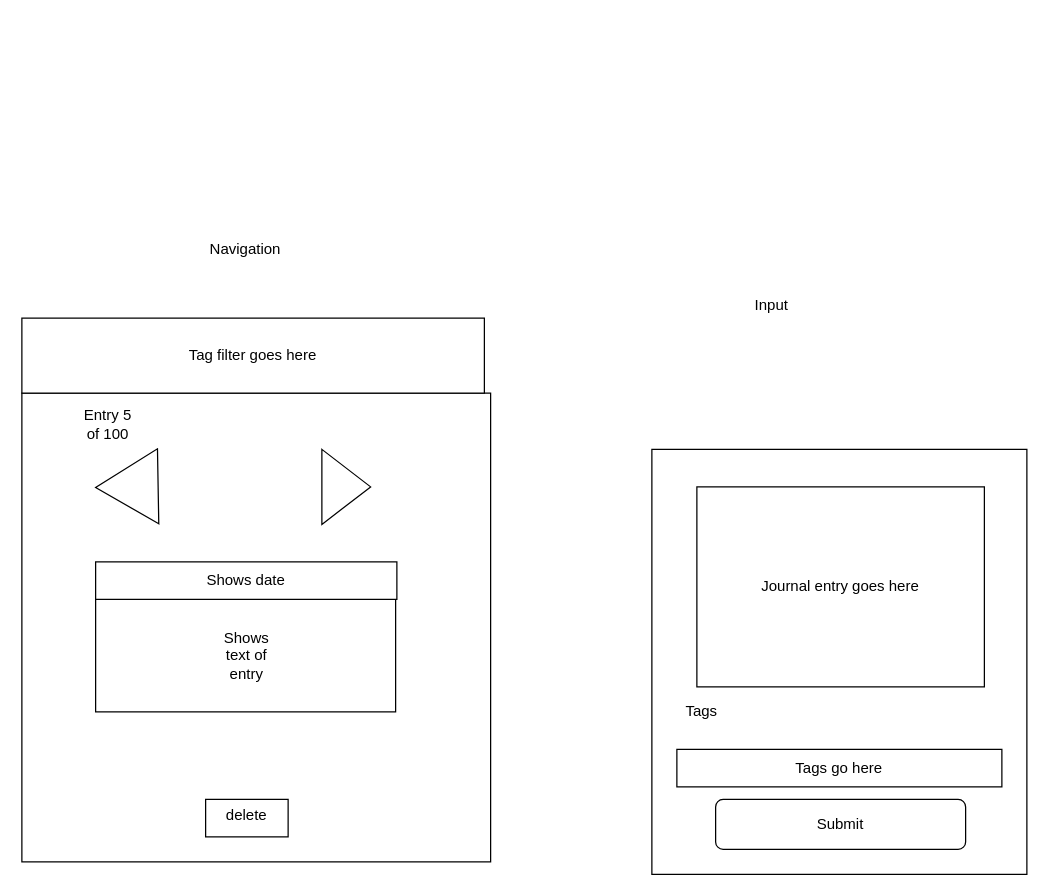
Earlier version of the draw.io diagram Plan.drawio (steen4reals/SOC-hackathon-week5). Source tidied: cells renumbered, new cells numbered last; positions are measured from the earlier drawing's top-left corner, leaving out a move shared by most shapes. Both pictures are drawn from the tidied source at 125%, with x=0, y=0 at pixel (21, 236).
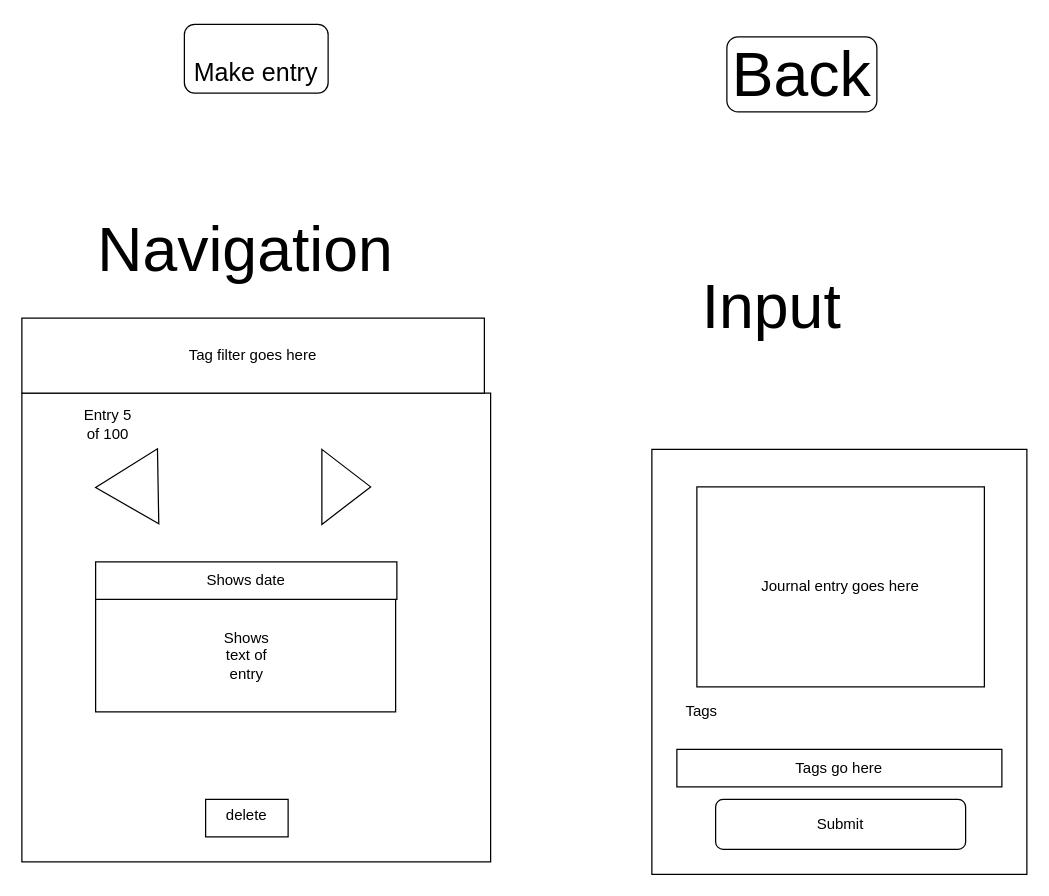
The same page after the edit.

The edit, as a diff of the source:
```diff
@@
-    <mxCell id="18" value="Input" style="text;html=1;strokeColor=none;fillColor=none;align=center;verticalAlign=middle;whiteSpace=wrap;rounded=0;" parent="1" vertex="1">
+    <mxCell id="18" value="Input" style="text;html=1;strokeColor=none;fillColor=none;align=center;verticalAlign=middle;whiteSpace=wrap;rounded=0;fontSize=50;" parent="1" vertex="1">
       <mxGeometry x="580" y="45" width="40" height="20" as="geometry" />
     </mxCell>
-    <mxCell id="19" value="Navigation" style="text;html=1;strokeColor=none;fillColor=none;align=center;verticalAlign=middle;whiteSpace=wrap;rounded=0;" parent="1" vertex="1">
+    <mxCell id="19" value="Navigation" style="text;html=1;strokeColor=none;fillColor=none;align=center;verticalAlign=middle;whiteSpace=wrap;rounded=0;fontSize=50;" parent="1" vertex="1">
       <mxGeometry x="159" width="40" height="20" as="geometry" />
     </mxCell>
+    <mxCell id="20" value="&lt;font style=&quot;font-size: 20px&quot;&gt;Make entry&lt;/font&gt;" style="rounded=1;whiteSpace=wrap;html=1;fontSize=50;" parent="1" vertex="1">
+      <mxGeometry x="130" y="-170" width="115" height="55" as="geometry" />
+    </mxCell>
+    <mxCell id="21" value="Back" style="rounded=1;whiteSpace=wrap;html=1;fontSize=50;" parent="1" vertex="1">
+      <mxGeometry x="564" y="-160" width="120" height="60" as="geometry" />
+    </mxCell>
```
